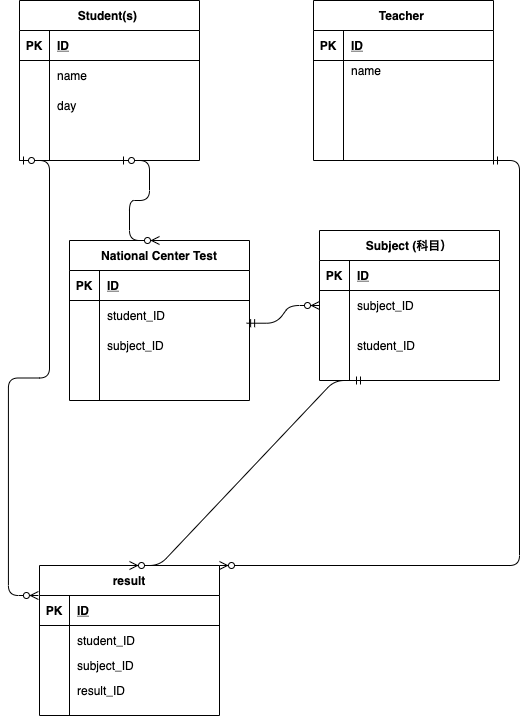
This is index. .drawio.png from hitomineo/2021-12-24-ito-ER, a draw.io export, as it was before one commit. Source tidied: cells renumbered, new cells last; positions are measured from the earlier drawing's top-left corner, leaving out a move shared by most shapes.
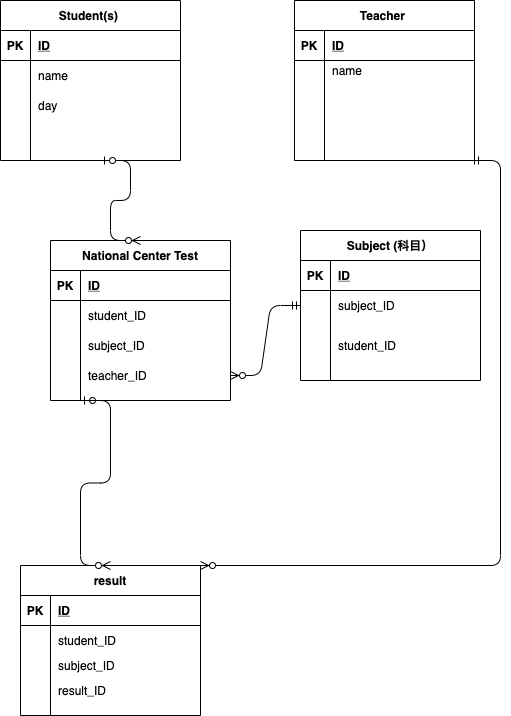
Later version of the same file.

The edit, as a diff of the source:
```diff
@@ -149,12 +149,11 @@
     <mxCell id="50" value="student_ID" style="shape=partialRectangle;fillColor=none;top=0;left=0;bottom=0;right=0;align=left;spacingLeft=6;overflow=hidden;" parent="48" vertex="1">
       <mxGeometry x="30" width="150" height="50" as="geometry" />
     </mxCell>
-    <mxCell id="51" style="edgeStyle=entityRelationEdgeStyle;fontSize=12;html=1;endArrow=ERzeroToMany;startArrow=ERzeroToOne;exitX=0;exitY=1;exitDx=0;exitDy=0;entryX=-0.006;entryY=0;entryDx=0;entryDy=0;entryPerimeter=0;" parent="1" edge="1" source="28" target="16">
-      <mxGeometry relative="1" as="geometry" />
+    <mxCell id="51" style="edgeStyle=entityRelationEdgeStyle;fontSize=12;html=1;endArrow=ERzeroToMany;startArrow=ERzeroToOne;entryX=0.5;entryY=0;entryDx=0;entryDy=0;" parent="1" edge="1" target="15">
+      <mxGeometry relative="1" as="geometry">
+        <mxPoint x="80" y="400" as="sourcePoint" />
+      </mxGeometry>
     </mxCell>
-    <mxCell id="52" style="edgeStyle=entityRelationEdgeStyle;fontSize=12;html=1;endArrow=ERzeroToMany;startArrow=ERmandOne;entryX=0.5;entryY=0;entryDx=0;entryDy=0;exitX=0.25;exitY=1;exitDx=0;exitDy=0;" parent="1" edge="1" source="41" target="15">
-      <mxGeometry relative="1" as="geometry" />
-    </mxCell>
     <mxCell id="53" style="edgeStyle=entityRelationEdgeStyle;fontSize=12;html=1;endArrow=ERzeroToMany;startArrow=ERmandOne;entryX=1;entryY=0;entryDx=0;entryDy=0;" parent="1" edge="1" target="15">
       <mxGeometry relative="1" as="geometry">
         <mxPoint x="470" y="160" as="sourcePoint" />
@@ -196,7 +195,7 @@
     <mxCell id="65" style="shape=partialRectangle;fillColor=none;top=0;left=0;bottom=0;right=0;overflow=hidden;" parent="64" vertex="1">
       <mxGeometry width="30" height="30" as="geometry" />
     </mxCell>
-    <mxCell id="66" style="shape=partialRectangle;fillColor=none;top=0;left=0;bottom=0;right=0;align=left;spacingLeft=6;overflow=hidden;" parent="64" vertex="1">
+    <mxCell id="66" value="teacher_ID" style="shape=partialRectangle;fillColor=none;top=0;left=0;bottom=0;right=0;align=left;spacingLeft=6;overflow=hidden;" parent="64" vertex="1">
       <mxGeometry x="30" width="150" height="30" as="geometry" />
     </mxCell>
     <mxCell id="67" style="edgeStyle=entityRelationEdgeStyle;fontSize=12;html=1;endArrow=ERzeroToMany;startArrow=ERzeroToOne;entryX=0.5;entryY=0;entryDx=0;entryDy=0;" parent="1" edge="1" target="54">
@@ -204,7 +203,7 @@
         <mxPoint x="100" y="160" as="sourcePoint" />
       </mxGeometry>
     </mxCell>
-    <mxCell id="68" style="edgeStyle=entityRelationEdgeStyle;fontSize=12;html=1;endArrow=ERzeroToMany;startArrow=ERmandOne;exitX=0.984;exitY=-0.243;exitDx=0;exitDy=0;exitPerimeter=0;entryX=0;entryY=0.5;entryDx=0;entryDy=0;" parent="1" edge="1" source="61" target="45">
+    <mxCell id="68" style="edgeStyle=entityRelationEdgeStyle;fontSize=12;html=1;endArrow=ERzeroToMany;startArrow=ERmandOne;exitX=0;exitY=0.5;exitDx=0;exitDy=0;entryX=1;entryY=0.5;entryDx=0;entryDy=0;" parent="1" edge="1" source="45" target="64">
       <mxGeometry relative="1" as="geometry" />
     </mxCell>
   </root>
```
